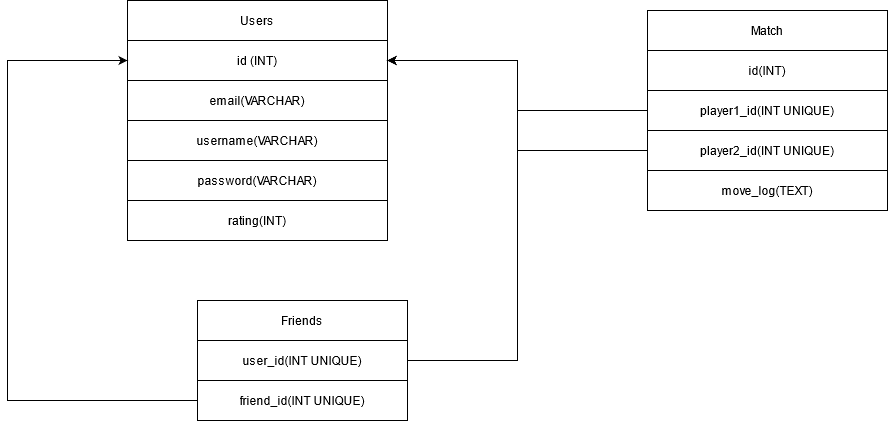
Above: Chess Database Diagram.png in lojokun/ChessME (draw.io), before the change. Source tidied: cells renumbered, new cells last; positions are measured from the earlier drawing's top-left corner, leaving out a move shared by most shapes.
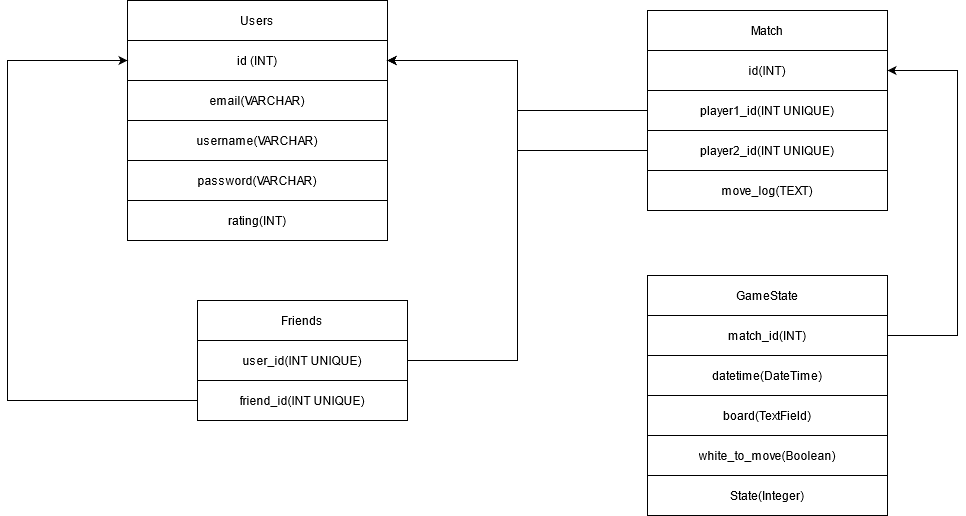
After the change.

The edit, as a diff of the source:
```diff
@@ -117,5 +117,52 @@
         </Array>
       </mxGeometry>
     </mxCell>
+    <mxCell id="37" style="shape=table;html=1;whiteSpace=wrap;startSize=0;" parent="1" vertex="1">
+      <mxGeometry x="640" y="275" width="240" height="240" as="geometry" />
+    </mxCell>
+    <mxCell id="38" style="shape=partialRectangle;html=1;whiteSpace=wrap;fillColor=none;top=0;left=0;bottom=0;right=0;" parent="37" vertex="1">
+      <mxGeometry width="240" height="40" as="geometry" />
+    </mxCell>
+    <mxCell id="39" value="GameState" style="shape=partialRectangle;html=1;whiteSpace=wrap;overflow=hidden;fillColor=none;top=0;left=0;bottom=0;right=0;" parent="38" vertex="1">
+      <mxGeometry width="240" height="40" as="geometry" />
+    </mxCell>
+    <mxCell id="40" style="shape=partialRectangle;html=1;whiteSpace=wrap;fillColor=none;top=0;left=0;bottom=0;right=0;points=[[0,0.5],[1,0.5]];portConstraint=eastwest;" parent="37" vertex="1">
+      <mxGeometry y="40" width="240" height="40" as="geometry" />
+    </mxCell>
+    <mxCell id="41" value="match_id(INT)" style="shape=partialRectangle;html=1;whiteSpace=wrap;overflow=hidden;fillColor=none;top=0;left=0;bottom=0;right=0;" parent="40" vertex="1">
+      <mxGeometry width="240" height="40" as="geometry" />
+    </mxCell>
+    <mxCell id="42" style="shape=partialRectangle;html=1;whiteSpace=wrap;fillColor=none;top=0;left=0;bottom=0;right=0;" parent="37" vertex="1">
+      <mxGeometry y="80" width="240" height="40" as="geometry" />
+    </mxCell>
+    <mxCell id="43" value="datetime(DateTime)" style="shape=partialRectangle;html=1;whiteSpace=wrap;overflow=hidden;fillColor=none;top=0;left=0;bottom=0;right=0;" parent="42" vertex="1">
+      <mxGeometry width="240" height="40" as="geometry" />
+    </mxCell>
+    <mxCell id="44" style="shape=partialRectangle;html=1;whiteSpace=wrap;fillColor=none;top=0;left=0;bottom=0;right=0;" parent="37" vertex="1">
+      <mxGeometry y="120" width="240" height="40" as="geometry" />
+    </mxCell>
+    <mxCell id="45" value="board(TextField)" style="shape=partialRectangle;html=1;whiteSpace=wrap;overflow=hidden;fillColor=none;top=0;left=0;bottom=0;right=0;" parent="44" vertex="1">
+      <mxGeometry width="240" height="40" as="geometry" />
+    </mxCell>
+    <mxCell id="46" style="shape=partialRectangle;html=1;whiteSpace=wrap;fillColor=none;top=0;left=0;bottom=0;right=0;" parent="37" vertex="1">
+      <mxGeometry y="160" width="240" height="40" as="geometry" />
+    </mxCell>
+    <mxCell id="47" value="white_to_move(Boolean)" style="shape=partialRectangle;html=1;whiteSpace=wrap;overflow=hidden;fillColor=none;top=0;left=0;bottom=0;right=0;" parent="46" vertex="1">
+      <mxGeometry width="240" height="40" as="geometry" />
+    </mxCell>
+    <mxCell id="48" style="shape=partialRectangle;html=1;whiteSpace=wrap;fillColor=none;top=0;left=0;bottom=0;right=0;" parent="37" vertex="1">
+      <mxGeometry y="200" width="240" height="40" as="geometry" />
+    </mxCell>
+    <mxCell id="49" value="State(Integer)" style="shape=partialRectangle;html=1;whiteSpace=wrap;overflow=hidden;fillColor=none;top=0;left=0;bottom=0;right=0;" parent="48" vertex="1">
+      <mxGeometry width="240" height="40" as="geometry" />
+    </mxCell>
+    <mxCell id="50" style="edgeStyle=orthogonalEdgeStyle;rounded=0;jettySize=auto;html=1;entryX=1;entryY=0.5;entryDx=0;entryDy=0;" parent="1" edge="1" source="40" target="18">
+      <mxGeometry relative="1" as="geometry">
+        <Array as="points">
+          <mxPoint x="950" y="335" />
+          <mxPoint x="950" y="70" />
+        </Array>
+      </mxGeometry>
+    </mxCell>
   </root>
 </mxGraphModel>
```
